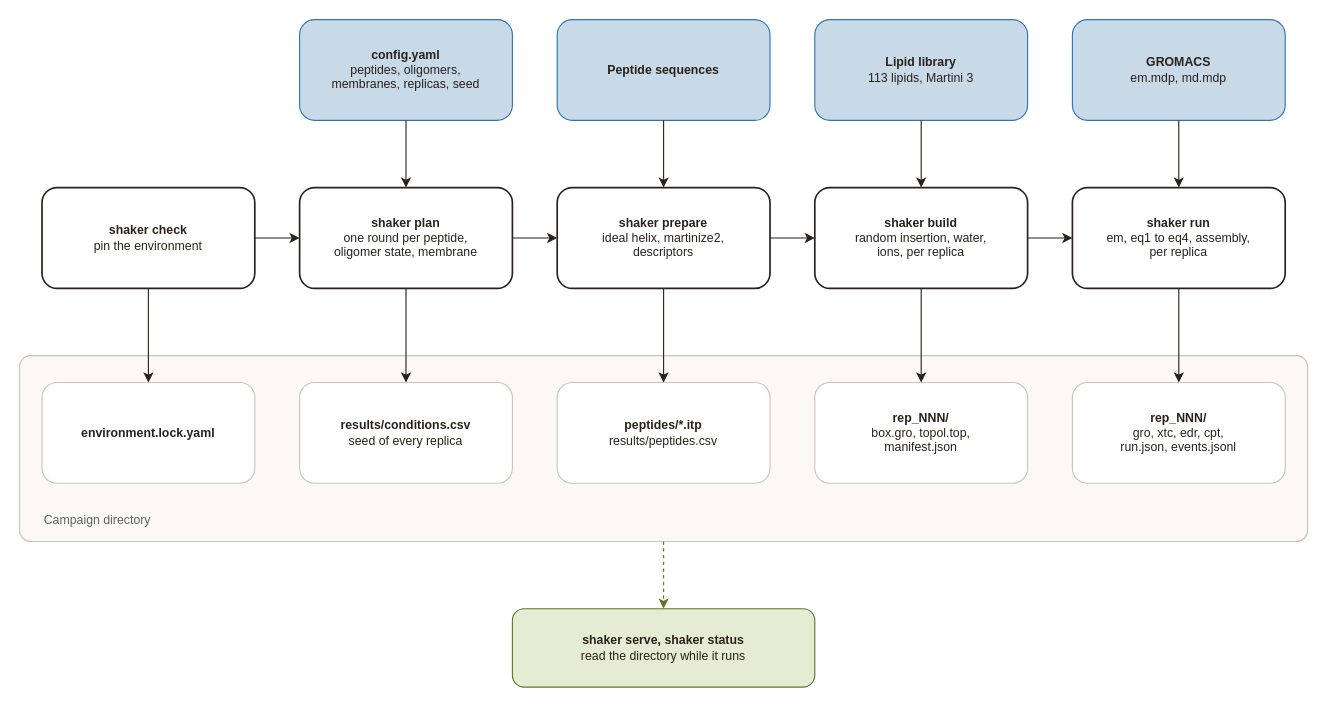
Before: docs/pipeline.drawio in madsondeluna/SHAKER, a draw.io diagram. Source tidied: cells renumbered, new cells numbered last; positions are measured from the earlier drawing's top-left corner, leaving out a move shared by most shapes. Both pictures are drawn from the tidied source at 112%, with x=0, y=0 at pixel (19, 19).
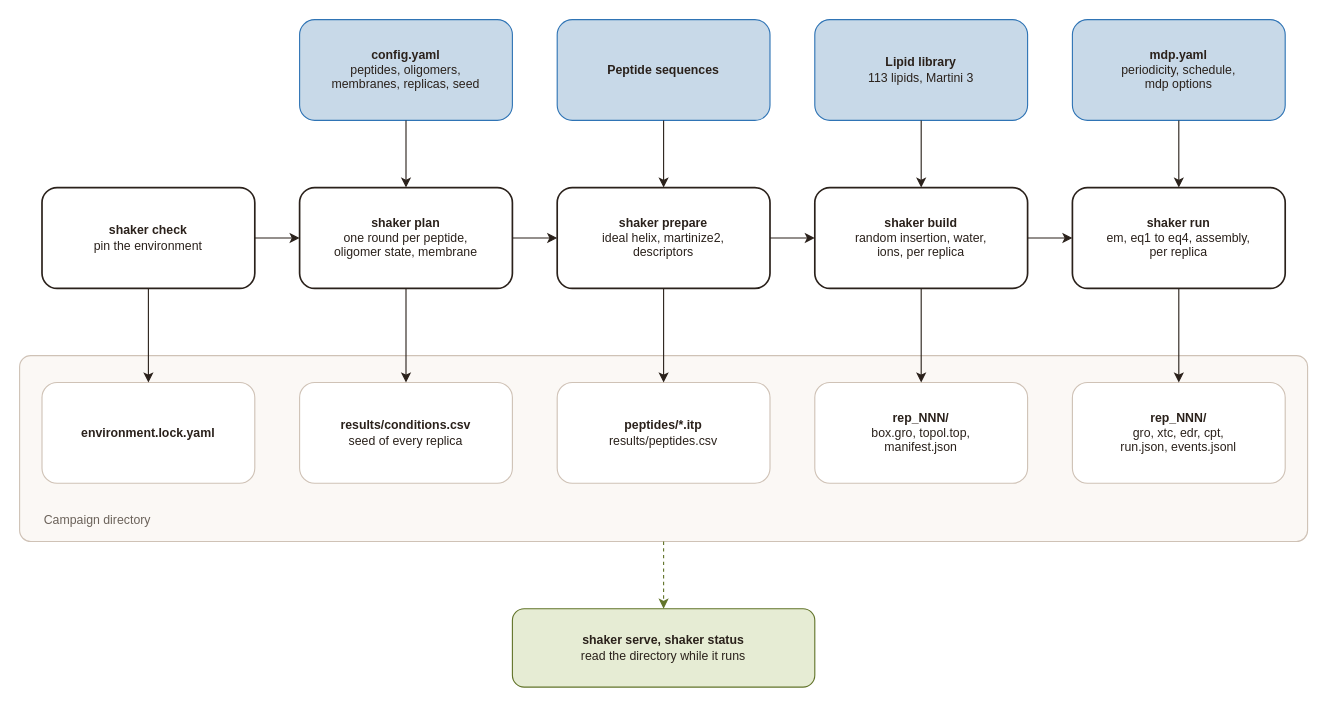
The same page after the edit.

Change to the diagram source:
```diff
@@
-    <mxCell id="5" value="&lt;b&gt;GROMACS&lt;/b&gt;&lt;br&gt;em.mdp, md.mdp" style="rounded=1;whiteSpace=wrap;html=1;fontColor=#2A211B;fontSize=11;spacing=8;fillColor=#C8D9E8;strokeColor=#2F74B5;" parent="1" vertex="1">
+    <mxCell id="5" value="&lt;b&gt;mdp.yaml&lt;/b&gt;&lt;br&gt;periodicity, schedule,&lt;br&gt;mdp options" style="rounded=1;whiteSpace=wrap;html=1;fontColor=#2A211B;fontSize=11;spacing=8;fillColor=#C8D9E8;strokeColor=#2F74B5;" parent="1" vertex="1">
       <mxGeometry x="940" width="190" height="90" as="geometry" />
     </mxCell>
```
